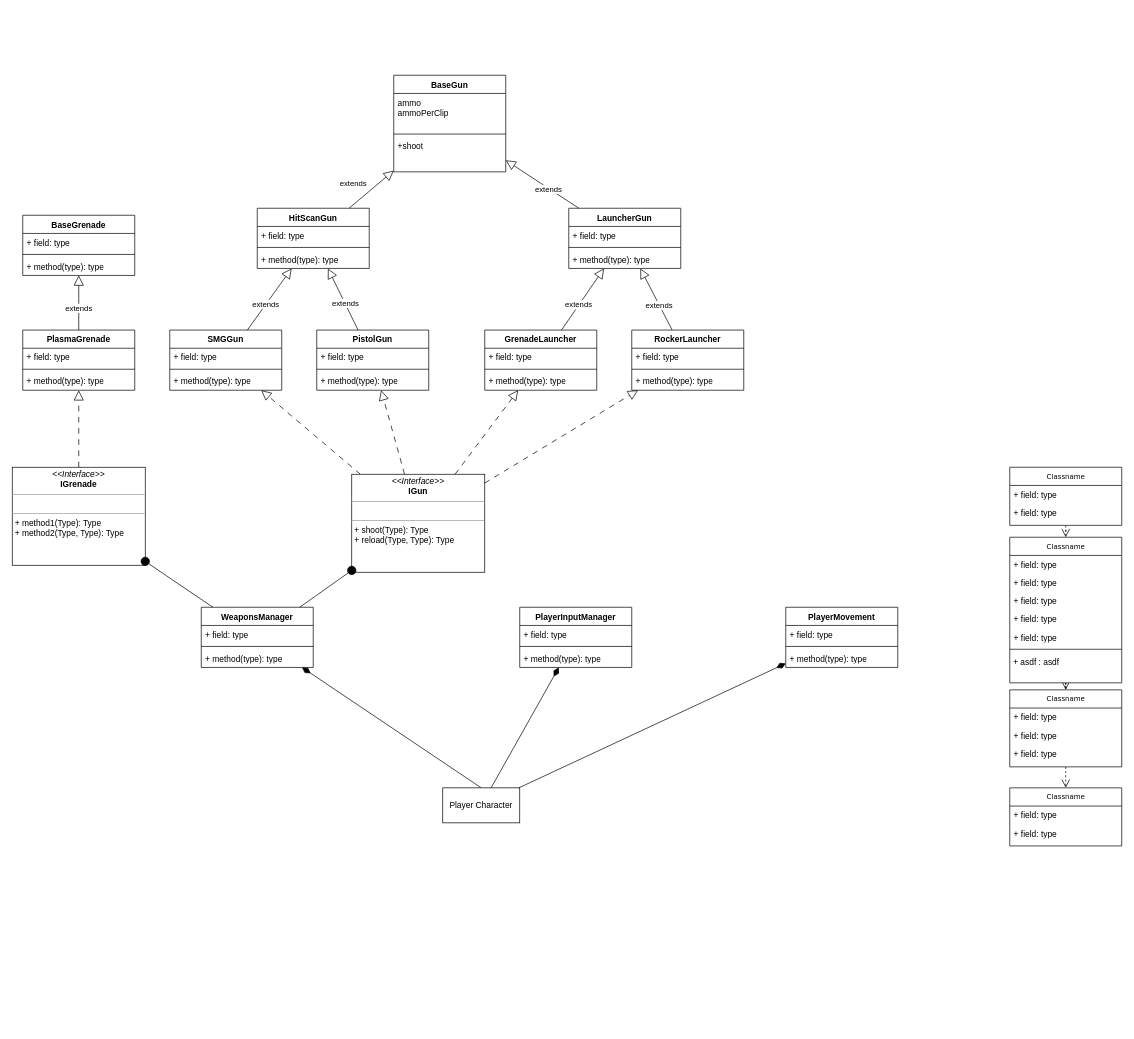
dana-jadzia/SGD213_Task-2-Wiki keeps this draw.io diagram as Untitled Diagram.drawio. Above is the earlier version. Source tidied: cells renumbered, new cells numbered last; positions are measured from the earlier drawing's top-left corner, leaving out a move shared by most shapes. Both pictures are drawn from the tidied source at 70%, with x=0, y=0 at pixel (12, 75).
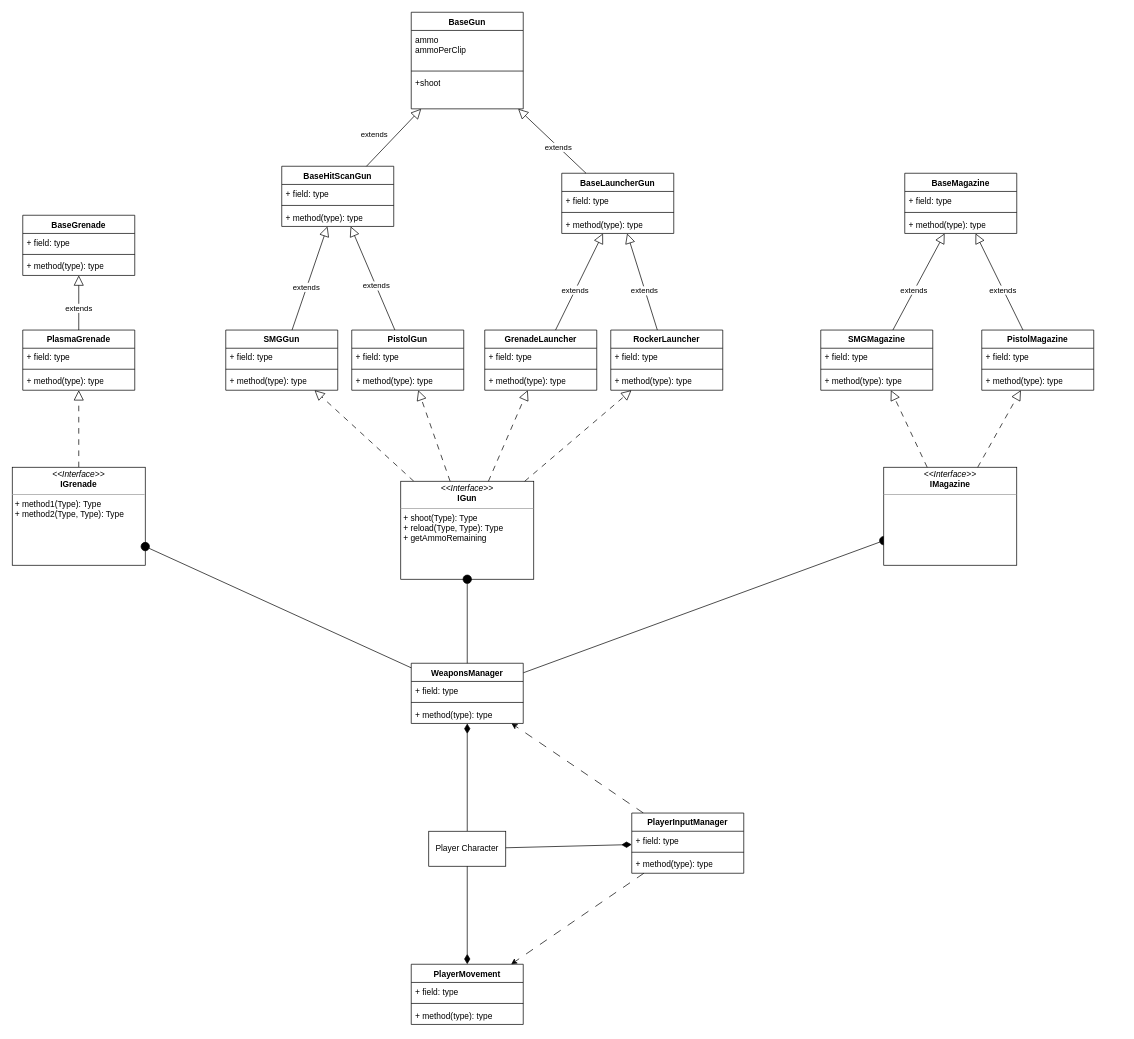
After the change.

The edit, as a diff of the source:
```diff
@@
-    <mxCell id="2" style="edgeStyle=orthogonalEdgeStyle;rounded=0;html=1;dashed=1;labelBackgroundColor=none;startFill=0;endArrow=open;endFill=0;endSize=10;fontFamily=Verdana;fontSize=10;" parent="1" edge="1" source="3" target="15">
-      <mxGeometry relative="1" as="geometry" />
-    </mxCell>
-    <mxCell id="3" value="Classname" style="swimlane;html=1;fontStyle=0;horizontal=1;startSize=26;fillColor=none;swimlaneFillColor=#ffffff;rounded=0;shadow=0;comic=0;labelBackgroundColor=none;strokeWidth=1;fontFamily=Verdana;fontSize=10;align=center;" parent="1" vertex="1">
-      <mxGeometry x="1425" y="660" width="160" height="208" as="geometry" />
-    </mxCell>
-    <mxCell id="4" value="+ field: type" style="text;html=1;strokeColor=none;fillColor=none;align=left;verticalAlign=top;spacingLeft=4;spacingRight=4;whiteSpace=wrap;overflow=hidden;" parent="3" vertex="1">
-      <mxGeometry y="26" width="160" height="26" as="geometry" />
-    </mxCell>
-    <mxCell id="5" value="+ field: type" style="text;html=1;strokeColor=none;fillColor=none;align=left;verticalAlign=top;spacingLeft=4;spacingRight=4;whiteSpace=wrap;overflow=hidden;" parent="3" vertex="1">
-      <mxGeometry y="52" width="160" height="26" as="geometry" />
-    </mxCell>
-    <mxCell id="6" value="+ field: type" style="text;html=1;strokeColor=none;fillColor=none;align=left;verticalAlign=top;spacingLeft=4;spacingRight=4;whiteSpace=wrap;overflow=hidden;" parent="3" vertex="1">
-      <mxGeometry y="78" width="160" height="26" as="geometry" />
-    </mxCell>
-    <mxCell id="7" value="+ field: type" style="text;html=1;strokeColor=none;fillColor=none;align=left;verticalAlign=top;spacingLeft=4;spacingRight=4;whiteSpace=wrap;overflow=hidden;" parent="3" vertex="1">
-      <mxGeometry y="104" width="160" height="26" as="geometry" />
-    </mxCell>
-    <mxCell id="8" value="+ field: type" style="text;html=1;strokeColor=none;fillColor=none;align=left;verticalAlign=top;spacingLeft=4;spacingRight=4;whiteSpace=wrap;overflow=hidden;" parent="3" vertex="1">
-      <mxGeometry y="130" width="160" height="26" as="geometry" />
-    </mxCell>
-    <mxCell id="9" style="line;strokeWidth=1;fillColor=none;align=left;verticalAlign=middle;spacingTop=-1;spacingLeft=3;spacingRight=3;labelPosition=right;strokeColor=inherit;" parent="3" vertex="1">
-      <mxGeometry y="156" width="160" height="8" as="geometry" />
-    </mxCell>
-    <mxCell id="10" value="&amp;nbsp;+ asdf : asdf " style="text;strokeColor=none;align=left;fillColor=none;html=1;verticalAlign=middle;whiteSpace=wrap;rounded=0;" parent="3" vertex="1">
-      <mxGeometry y="164" width="160" height="30" as="geometry" />
-    </mxCell>
-    <mxCell id="11" value="Classname" style="swimlane;html=1;fontStyle=0;horizontal=1;startSize=26;fillColor=none;swimlaneFillColor=#ffffff;rounded=0;shadow=0;comic=0;labelBackgroundColor=none;strokeWidth=1;fontFamily=Verdana;fontSize=10;align=center;" parent="1" vertex="1">
-      <mxGeometry x="1425" y="1018" width="160" height="83" as="geometry" />
-    </mxCell>
-    <mxCell id="12" value="+ field: type" style="text;html=1;strokeColor=none;fillColor=none;align=left;verticalAlign=top;spacingLeft=4;spacingRight=4;whiteSpace=wrap;overflow=hidden;" parent="11" vertex="1">
-      <mxGeometry y="26" width="160" height="26" as="geometry" />
-    </mxCell>
-    <mxCell id="13" value="+ field: type" style="text;html=1;strokeColor=none;fillColor=none;align=left;verticalAlign=top;spacingLeft=4;spacingRight=4;whiteSpace=wrap;overflow=hidden;" parent="11" vertex="1">
-      <mxGeometry y="52" width="160" height="26" as="geometry" />
-    </mxCell>
-    <mxCell id="14" style="edgeStyle=orthogonalEdgeStyle;rounded=0;html=1;dashed=1;labelBackgroundColor=none;startFill=0;endArrow=open;endFill=0;endSize=10;fontFamily=Verdana;fontSize=10;" parent="1" edge="1" source="15" target="11">
-      <mxGeometry relative="1" as="geometry" />
-    </mxCell>
-    <mxCell id="15" value="Classname" style="swimlane;html=1;fontStyle=0;horizontal=1;startSize=26;fillColor=none;swimlaneFillColor=#ffffff;rounded=0;shadow=0;comic=0;labelBackgroundColor=none;strokeWidth=1;fontFamily=Verdana;fontSize=10;align=center;" parent="1" vertex="1">
-      <mxGeometry x="1425" y="878" width="160" height="110" as="geometry" />
-    </mxCell>
-    <mxCell id="16" value="+ field: type" style="text;html=1;strokeColor=none;fillColor=none;align=left;verticalAlign=top;spacingLeft=4;spacingRight=4;whiteSpace=wrap;overflow=hidden;" parent="15" vertex="1">
-      <mxGeometry y="26" width="160" height="26" as="geometry" />
-    </mxCell>
-    <mxCell id="17" value="+ field: type" style="text;html=1;strokeColor=none;fillColor=none;align=left;verticalAlign=top;spacingLeft=4;spacingRight=4;whiteSpace=wrap;overflow=hidden;" parent="15" vertex="1">
-      <mxGeometry y="52" width="160" height="26" as="geometry" />
-    </mxCell>
-    <mxCell id="18" value="+ field: type" style="text;html=1;strokeColor=none;fillColor=none;align=left;verticalAlign=top;spacingLeft=4;spacingRight=4;whiteSpace=wrap;overflow=hidden;" parent="15" vertex="1">
-      <mxGeometry y="78" width="160" height="26" as="geometry" />
-    </mxCell>
-    <mxCell id="19" style="edgeStyle=orthogonalEdgeStyle;rounded=0;html=1;dashed=1;labelBackgroundColor=none;startFill=0;endArrow=open;endFill=0;endSize=10;fontFamily=Verdana;fontSize=10;" parent="1" edge="1" source="20" target="3">
-      <mxGeometry relative="1" as="geometry" />
-    </mxCell>
-    <mxCell id="20" value="Classname" style="swimlane;html=1;fontStyle=0;horizontal=1;startSize=26;fillColor=none;swimlaneFillColor=#ffffff;rounded=0;shadow=0;comic=0;labelBackgroundColor=none;strokeWidth=1;fontFamily=Verdana;fontSize=10;align=center;" parent="1" vertex="1">
-      <mxGeometry x="1425" y="560" width="160" height="83" as="geometry" />
-    </mxCell>
-    <mxCell id="21" value="+ field: type" style="text;html=1;strokeColor=none;fillColor=none;align=left;verticalAlign=top;spacingLeft=4;spacingRight=4;whiteSpace=wrap;overflow=hidden;" parent="20" vertex="1">
-      <mxGeometry y="26" width="160" height="26" as="geometry" />
-    </mxCell>
-    <mxCell id="22" value="+ field: type" style="text;html=1;strokeColor=none;fillColor=none;align=left;verticalAlign=top;spacingLeft=4;spacingRight=4;whiteSpace=wrap;overflow=hidden;" parent="20" vertex="1">
-      <mxGeometry y="52" width="160" height="26" as="geometry" />
-    </mxCell>
@@
+    <mxCell id="98" style="rounded=0;jettySize=auto;html=1;endArrow=oval;endFill=1;endSize=12;" parent="1" edge="1" source="24" target="108">
+      <mxGeometry relative="1" as="geometry" />
+    </mxCell>
     <mxCell id="24" value="WeaponsManager" style="swimlane;fontStyle=1;align=center;verticalAlign=top;horizontal=1;startSize=26;whiteSpace=wrap;html=1;" parent="1" vertex="1">
-      <mxGeometry x="270" y="760" width="160" height="86" as="geometry" />
+      <mxGeometry x="570" y="840" width="160" height="86" as="geometry" />
     </mxCell>
@@
     <mxCell id="29" value="SMGGun" style="swimlane;fontStyle=1;align=center;verticalAlign=top;horizontal=1;startSize=26;whiteSpace=wrap;html=1;" parent="1" vertex="1">
-      <mxGeometry x="225" y="364" width="160" height="86" as="geometry" />
+      <mxGeometry x="305" y="364" width="160" height="86" as="geometry" />
     </mxCell>
@@
     <mxCell id="33" value="PistolGun" style="swimlane;fontStyle=1;align=center;verticalAlign=top;horizontal=1;startSize=26;whiteSpace=wrap;html=1;" parent="1" vertex="1">
-      <mxGeometry x="435" y="364" width="160" height="86" as="geometry" />
+      <mxGeometry x="485" y="364" width="160" height="86" as="geometry" />
     </mxCell>
@@
-    <mxCell id="37" value="&lt;p style=&quot;margin:0px;margin-top:4px;text-align:center;&quot;&gt;&lt;i&gt;&amp;lt;&amp;lt;Interface&amp;gt;&amp;gt;&lt;/i&gt;&lt;br&gt;&lt;b&gt;IGun&lt;/b&gt;&lt;/p&gt;&lt;hr size=&quot;1&quot;&gt;&lt;br&gt;&lt;hr size=&quot;1&quot;&gt;&lt;p style=&quot;margin:0px;margin-left:4px;&quot;&gt;+ shoot(Type): Type&lt;br&gt;+ reload(Type, Type): Type&lt;/p&gt;" style="verticalAlign=top;align=left;overflow=fill;fontSize=12;fontFamily=Helvetica;html=1;rounded=0;shadow=0;comic=0;labelBackgroundColor=none;strokeWidth=1;" parent="1" vertex="1">
-      <mxGeometry x="485" y="570" width="190" height="140" as="geometry" />
+    <mxCell id="37" value="&lt;p style=&quot;margin:0px;margin-top:4px;text-align:center;&quot;&gt;&lt;i&gt;&amp;lt;&amp;lt;Interface&amp;gt;&amp;gt;&lt;/i&gt;&lt;br&gt;&lt;b&gt;IGun&lt;/b&gt;&lt;/p&gt;&lt;hr size=&quot;1&quot;&gt;&lt;p style=&quot;margin:0px;margin-left:4px;&quot;&gt;+ shoot(Type): Type&lt;br&gt;+ reload(Type, Type): Type&lt;/p&gt;&lt;p style=&quot;margin:0px;margin-left:4px;&quot;&gt;+ getAmmoRemaining&lt;/p&gt;" style="verticalAlign=top;align=left;overflow=fill;fontSize=12;fontFamily=Helvetica;html=1;rounded=0;shadow=0;comic=0;labelBackgroundColor=none;strokeWidth=1;" parent="1" vertex="1">
+      <mxGeometry x="555" y="580" width="190" height="140" as="geometry" />
     </mxCell>
@@
-    <mxCell id="43" value="&lt;p style=&quot;margin:0px;margin-top:4px;text-align:center;&quot;&gt;&lt;i&gt;&amp;lt;&amp;lt;Interface&amp;gt;&amp;gt;&lt;/i&gt;&lt;br&gt;&lt;b&gt;IGrenade&lt;/b&gt;&lt;/p&gt;&lt;hr size=&quot;1&quot;&gt;&lt;br&gt;&lt;hr size=&quot;1&quot;&gt;&lt;p style=&quot;margin:0px;margin-left:4px;&quot;&gt;+ method1(Type): Type&lt;br&gt;+ method2(Type, Type): Type&lt;/p&gt;" style="verticalAlign=top;align=left;overflow=fill;fontSize=12;fontFamily=Helvetica;html=1;rounded=0;shadow=0;comic=0;labelBackgroundColor=none;strokeWidth=1;" parent="1" vertex="1">
+    <mxCell id="43" value="&lt;p style=&quot;margin:0px;margin-top:4px;text-align:center;&quot;&gt;&lt;i&gt;&amp;lt;&amp;lt;Interface&amp;gt;&amp;gt;&lt;/i&gt;&lt;br&gt;&lt;b&gt;IGrenade&lt;/b&gt;&lt;/p&gt;&lt;hr size=&quot;1&quot;&gt;&lt;p style=&quot;margin:0px;margin-left:4px;&quot;&gt;+ method1(Type): Type&lt;br&gt;+ method2(Type, Type): Type&lt;/p&gt;" style="verticalAlign=top;align=left;overflow=fill;fontSize=12;fontFamily=Helvetica;html=1;rounded=0;shadow=0;comic=0;labelBackgroundColor=none;strokeWidth=1;" parent="1" vertex="1">
       <mxGeometry y="560" width="190" height="140" as="geometry" />
     </mxCell>
@@
+    <mxCell id="99" style="rounded=0;jettySize=auto;html=1;dashed=1;dashPattern=12 12;" parent="1" edge="1" source="47" target="24">
+      <mxGeometry relative="1" as="geometry" />
+    </mxCell>
     <mxCell id="47" value="PlayerInputManager" style="swimlane;fontStyle=1;align=center;verticalAlign=top;horizontal=1;startSize=26;whiteSpace=wrap;html=1;" parent="1" vertex="1">
-      <mxGeometry x="725" y="760" width="160" height="86" as="geometry" />
+      <mxGeometry x="885" y="1054" width="160" height="86" as="geometry" />
     </mxCell>
@@
     <mxCell id="51" value="Player Character" style="html=1;whiteSpace=wrap;" parent="1" vertex="1">
-      <mxGeometry x="615" y="1018" width="110" height="50" as="geometry" />
+      <mxGeometry x="595" y="1080" width="110" height="50" as="geometry" />
     </mxCell>
@@
     <mxCell id="53" value="PlayerMovement" style="swimlane;fontStyle=1;align=center;verticalAlign=top;horizontal=1;startSize=26;whiteSpace=wrap;html=1;" parent="1" vertex="1">
-      <mxGeometry x="1105" y="760" width="160" height="86" as="geometry" />
+      <mxGeometry x="570" y="1270" width="160" height="86" as="geometry" />
     </mxCell>
@@
-    <mxCell id="60" value="HitScanGun" style="swimlane;fontStyle=1;align=center;verticalAlign=top;horizontal=1;startSize=26;whiteSpace=wrap;html=1;" parent="1" vertex="1">
-      <mxGeometry x="350" y="190" width="160" height="86" as="geometry" />
+    <mxCell id="60" value="&lt;div&gt;BaseHitScanGun&lt;/div&gt;" style="swimlane;fontStyle=1;align=center;verticalAlign=top;horizontal=1;startSize=26;whiteSpace=wrap;html=1;" parent="1" vertex="1">
+      <mxGeometry x="385" y="130" width="160" height="86" as="geometry" />
     </mxCell>
@@
     <mxCell id="66" value="BaseGun" style="swimlane;fontStyle=1;align=center;verticalAlign=top;horizontal=1;startSize=26;whiteSpace=wrap;html=1;" parent="1" vertex="1">
-      <mxGeometry x="545" width="160" height="138" as="geometry" />
+      <mxGeometry x="570" y="-90" width="160" height="138" as="geometry" />
     </mxCell>
@@
-    <mxCell id="72" value="LauncherGun" style="swimlane;fontStyle=1;align=center;verticalAlign=top;horizontal=1;startSize=26;whiteSpace=wrap;html=1;" parent="1" vertex="1">
-      <mxGeometry x="795" y="190" width="160" height="86" as="geometry" />
+    <mxCell id="72" value="BaseLauncherGun" style="swimlane;fontStyle=1;align=center;verticalAlign=top;horizontal=1;startSize=26;whiteSpace=wrap;html=1;" parent="1" vertex="1">
+      <mxGeometry x="785" y="140" width="160" height="86" as="geometry" />
     </mxCell>
@@
     <mxCell id="82" value="RockerLauncher" style="swimlane;fontStyle=1;align=center;verticalAlign=top;horizontal=1;startSize=26;whiteSpace=wrap;html=1;" parent="1" vertex="1">
-      <mxGeometry x="885" y="364" width="160" height="86" as="geometry" />
+      <mxGeometry x="855" y="364" width="160" height="86" as="geometry" />
     </mxCell>
@@
+    <mxCell id="100" value="PistolMagazine" style="swimlane;fontStyle=1;align=center;verticalAlign=top;horizontal=1;startSize=26;whiteSpace=wrap;html=1;" parent="1" vertex="1">
+      <mxGeometry x="1385" y="364" width="160" height="86" as="geometry" />
+    </mxCell>
+    <mxCell id="101" value="+ field: type" style="text;strokeColor=none;fillColor=none;align=left;verticalAlign=top;spacingLeft=4;spacingRight=4;overflow=hidden;whiteSpace=wrap;html=1;" parent="100" vertex="1">
+      <mxGeometry y="26" width="160" height="26" as="geometry" />
+    </mxCell>
+    <mxCell id="102" style="line;strokeWidth=1;fillColor=none;align=left;verticalAlign=middle;spacingTop=-1;spacingLeft=3;spacingRight=3;labelPosition=right;strokeColor=inherit;" parent="100" vertex="1">
+      <mxGeometry y="52" width="160" height="8" as="geometry" />
+    </mxCell>
+    <mxCell id="103" value="+ method(type): type" style="text;strokeColor=none;fillColor=none;align=left;verticalAlign=top;spacingLeft=4;spacingRight=4;overflow=hidden;whiteSpace=wrap;html=1;" parent="100" vertex="1">
+      <mxGeometry y="60" width="160" height="26" as="geometry" />
+    </mxCell>
+    <mxCell id="104" value="SMGMagazine" style="swimlane;fontStyle=1;align=center;verticalAlign=top;horizontal=1;startSize=26;whiteSpace=wrap;html=1;" parent="1" vertex="1">
+      <mxGeometry x="1155" y="364" width="160" height="86" as="geometry" />
+    </mxCell>
+    <mxCell id="105" value="+ field: type" style="text;strokeColor=none;fillColor=none;align=left;verticalAlign=top;spacingLeft=4;spacingRight=4;overflow=hidden;whiteSpace=wrap;html=1;" parent="104" vertex="1">
+      <mxGeometry y="26" width="160" height="26" as="geometry" />
+    </mxCell>
+    <mxCell id="106" style="line;strokeWidth=1;fillColor=none;align=left;verticalAlign=middle;spacingTop=-1;spacingLeft=3;spacingRight=3;labelPosition=right;strokeColor=inherit;" parent="104" vertex="1">
+      <mxGeometry y="52" width="160" height="8" as="geometry" />
+    </mxCell>
+    <mxCell id="107" value="+ method(type): type" style="text;strokeColor=none;fillColor=none;align=left;verticalAlign=top;spacingLeft=4;spacingRight=4;overflow=hidden;whiteSpace=wrap;html=1;" parent="104" vertex="1">
+      <mxGeometry y="60" width="160" height="26" as="geometry" />
+    </mxCell>
+    <mxCell id="108" value="&lt;p style=&quot;margin:0px;margin-top:4px;text-align:center;&quot;&gt;&lt;i&gt;&amp;lt;&amp;lt;Interface&amp;gt;&amp;gt;&lt;/i&gt;&lt;br&gt;&lt;b&gt;IMagazine&lt;/b&gt;&lt;/p&gt;&lt;hr size=&quot;1&quot;&gt;" style="verticalAlign=top;align=left;overflow=fill;fontSize=12;fontFamily=Helvetica;html=1;rounded=0;shadow=0;comic=0;labelBackgroundColor=none;strokeWidth=1;" parent="1" vertex="1">
+      <mxGeometry x="1245" y="560" width="190" height="140" as="geometry" />
+    </mxCell>
+    <mxCell id="109" style="rounded=0;jettySize=auto;html=1;dashed=1;dashPattern=8 8;endSize=12;endArrow=block;endFill=0;" parent="1" edge="1" source="108" target="100">
+      <mxGeometry relative="1" as="geometry" />
+    </mxCell>
+    <mxCell id="110" style="rounded=0;jettySize=auto;html=1;dashed=1;dashPattern=8 8;endSize=12;endArrow=block;endFill=0;" parent="1" edge="1" source="108" target="104">
+      <mxGeometry relative="1" as="geometry" />
+    </mxCell>
+    <mxCell id="111" value="BaseMagazine" style="swimlane;fontStyle=1;align=center;verticalAlign=top;horizontal=1;startSize=26;whiteSpace=wrap;html=1;" parent="1" vertex="1">
+      <mxGeometry x="1275" y="140" width="160" height="86" as="geometry" />
+    </mxCell>
+    <mxCell id="112" value="+ field: type" style="text;strokeColor=none;fillColor=none;align=left;verticalAlign=top;spacingLeft=4;spacingRight=4;overflow=hidden;whiteSpace=wrap;html=1;" parent="111" vertex="1">
+      <mxGeometry y="26" width="160" height="26" as="geometry" />
+    </mxCell>
+    <mxCell id="113" style="line;strokeWidth=1;fillColor=none;align=left;verticalAlign=middle;spacingTop=-1;spacingLeft=3;spacingRight=3;labelPosition=right;strokeColor=inherit;" parent="111" vertex="1">
+      <mxGeometry y="52" width="160" height="8" as="geometry" />
+    </mxCell>
+    <mxCell id="114" value="+ method(type): type" style="text;strokeColor=none;fillColor=none;align=left;verticalAlign=top;spacingLeft=4;spacingRight=4;overflow=hidden;whiteSpace=wrap;html=1;" parent="111" vertex="1">
+      <mxGeometry y="60" width="160" height="26" as="geometry" />
+    </mxCell>
+    <mxCell id="115" style="rounded=0;jettySize=auto;html=1;endArrow=block;endFill=0;startSize=6;endSize=12;" parent="1" edge="1" source="100" target="111">
+      <mxGeometry relative="1" as="geometry" />
+    </mxCell>
+    <mxCell id="116" value="extends" style="edgeLabel;html=1;align=center;verticalAlign=middle;" parent="115" vertex="1">
+      <mxGeometry x="-0.17" y="1" relative="1" as="geometry" />
+    </mxCell>
+    <mxCell id="117" style="rounded=0;jettySize=auto;html=1;endArrow=block;endFill=0;startSize=6;endSize=12;" parent="1" edge="1" source="104" target="111">
+      <mxGeometry relative="1" as="geometry" />
+    </mxCell>
+    <mxCell id="118" value="extends" style="edgeLabel;html=1;align=center;verticalAlign=middle;" parent="117" vertex="1">
+      <mxGeometry x="-0.17" y="1" relative="1" as="geometry" />
+    </mxCell>
+    <mxCell id="119" style="rounded=0;jettySize=auto;html=1;dashed=1;dashPattern=12 12;" parent="1" edge="1" source="47" target="53">
+      <mxGeometry relative="1" as="geometry" />
+    </mxCell>
```
